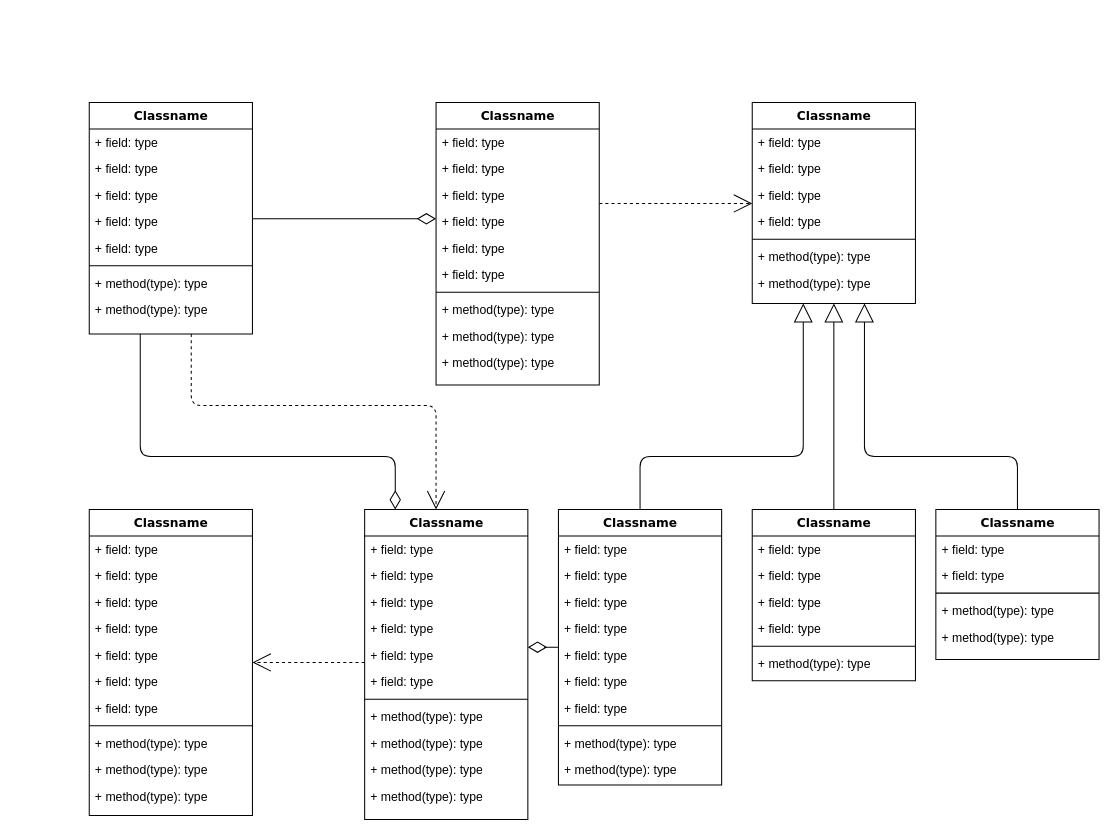
Before: page "AbstractClass" (1 of 3) of components.drawio in ymw321/ExcelApps, a draw.io diagram. Source tidied: cells renumbered, new cells numbered last; positions are measured from the earlier drawing's top-left corner, leaving out a move shared by most shapes. Both pictures are drawn from the tidied source at 102%, with x=0, y=0 at pixel (89, 102).
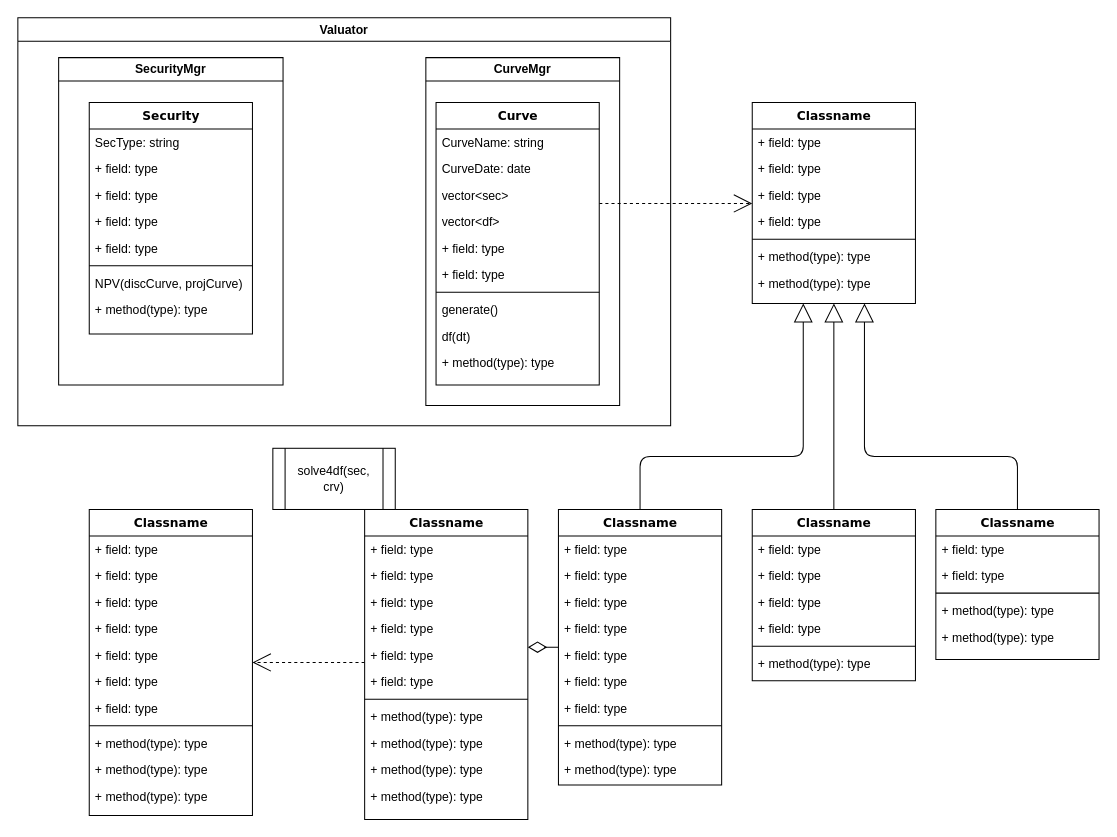
The same diagram, later.

The change refers to these unchanged cells:
```xml
<mxCell id="47" value="Classname" style="swimlane;html=1;fontStyle=1;align=center;verticalAlign=top;horizontal=1;startSize=26;swimlaneFillColor=#ffffff;rounded=0;shadow=0;comic=0;labelBackgroundColor=none;strokeWidth=1;fillColor=none;fontFamily=Verdana;fontSize=12;" parent="1" vertex="1">
  <mxGeometry x="270" y="399" width="160" height="304" as="geometry" />
</mxCell>
```

Diff of the diagram source:
```diff
@@
-    <mxCell id="2" style="edgeStyle=orthogonalEdgeStyle;html=1;labelBackgroundColor=none;startFill=0;startSize=8;endArrow=open;endFill=0;endSize=16;fontFamily=Verdana;fontSize=12;dashed=1;" parent="1" edge="1" source="4" target="47">
-      <mxGeometry relative="1" as="geometry">
-        <Array as="points">
-          <mxPoint x="100" y="297" />
-          <mxPoint x="340" y="297" />
-        </Array>
-      </mxGeometry>
-    </mxCell>
-    <mxCell id="3" style="edgeStyle=orthogonalEdgeStyle;html=1;labelBackgroundColor=none;startFill=0;startSize=8;endArrow=diamondThin;endFill=0;endSize=16;fontFamily=Verdana;fontSize=12;" parent="1" edge="1" source="4" target="47">
-      <mxGeometry relative="1" as="geometry">
-        <Array as="points">
-          <mxPoint x="50" y="347" />
-          <mxPoint x="300" y="347" />
-        </Array>
-      </mxGeometry>
-    </mxCell>
-    <mxCell id="4" value="Classname" style="swimlane;html=1;fontStyle=1;align=center;verticalAlign=top;horizontal=1;startSize=26;swimlaneFillColor=#ffffff;rounded=0;shadow=0;comic=0;labelBackgroundColor=none;strokeWidth=1;fillColor=none;fontFamily=Verdana;fontSize=12;" parent="1" vertex="1">
+    <mxCell id="4" value="Security&lt;div&gt;&lt;br&gt;&lt;/div&gt;" style="swimlane;html=1;fontStyle=1;align=center;verticalAlign=top;horizontal=1;startSize=26;swimlaneFillColor=#ffffff;rounded=0;shadow=0;comic=0;labelBackgroundColor=none;strokeWidth=1;fillColor=none;fontFamily=Verdana;fontSize=12;" parent="1" vertex="1">
       <mxGeometry width="160" height="227" as="geometry" />
     </mxCell>
-    <mxCell id="5" value="+ field: type" style="text;html=1;strokeColor=none;fillColor=none;align=left;verticalAlign=top;spacingLeft=4;spacingRight=4;whiteSpace=wrap;overflow=hidden;" parent="4" vertex="1">
+    <mxCell id="5" value="SecType: string&lt;div&gt;&lt;br&gt;&lt;/div&gt;" style="text;html=1;strokeColor=none;fillColor=none;align=left;verticalAlign=top;spacingLeft=4;spacingRight=4;whiteSpace=wrap;overflow=hidden;" parent="4" vertex="1">
       <mxGeometry y="26" width="160" height="26" as="geometry" />
     </mxCell>
@@
-    <mxCell id="11" value="+ method(type): type" style="text;html=1;strokeColor=none;fillColor=none;align=left;verticalAlign=top;spacingLeft=4;spacingRight=4;whiteSpace=wrap;overflow=hidden;" parent="4" vertex="1">
+    <mxCell id="11" value="NPV(discCurve, projCurve&lt;span style=&quot;background-color: initial;&quot;&gt;)&lt;/span&gt;" style="text;html=1;strokeColor=none;fillColor=none;align=left;verticalAlign=top;spacingLeft=4;spacingRight=4;whiteSpace=wrap;overflow=hidden;" parent="4" vertex="1">
       <mxGeometry y="164" width="160" height="26" as="geometry" />
     </mxCell>
@@
-    <mxCell id="14" value="Classname" style="swimlane;html=1;fontStyle=1;align=center;verticalAlign=top;horizontal=1;startSize=26;swimlaneFillColor=#ffffff;rounded=0;shadow=0;comic=0;labelBackgroundColor=none;strokeWidth=1;fillColor=none;fontFamily=Verdana;fontSize=12;" parent="1" vertex="1">
+    <mxCell id="14" value="Curve&lt;div&gt;&lt;br&gt;&lt;/div&gt;" style="swimlane;html=1;fontStyle=1;align=center;verticalAlign=top;horizontal=1;startSize=26;swimlaneFillColor=#ffffff;rounded=0;shadow=0;comic=0;labelBackgroundColor=none;strokeWidth=1;fillColor=none;fontFamily=Verdana;fontSize=12;" parent="1" vertex="1">
       <mxGeometry x="340" width="160" height="277" as="geometry" />
     </mxCell>
-    <mxCell id="15" value="+ field: type" style="text;html=1;strokeColor=none;fillColor=none;align=left;verticalAlign=top;spacingLeft=4;spacingRight=4;whiteSpace=wrap;overflow=hidden;" parent="14" vertex="1">
+    <mxCell id="15" value="CurveName: string&lt;div&gt;&lt;br&gt;&lt;/div&gt;" style="text;html=1;strokeColor=none;fillColor=none;align=left;verticalAlign=top;spacingLeft=4;spacingRight=4;whiteSpace=wrap;overflow=hidden;" parent="14" vertex="1">
       <mxGeometry y="26" width="160" height="26" as="geometry" />
     </mxCell>
-    <mxCell id="16" value="+ field: type" style="text;html=1;strokeColor=none;fillColor=none;align=left;verticalAlign=top;spacingLeft=4;spacingRight=4;whiteSpace=wrap;overflow=hidden;" parent="14" vertex="1">
+    <mxCell id="16" value="CurveDate: date&lt;div&gt;&lt;br&gt;&lt;/div&gt;" style="text;html=1;strokeColor=none;fillColor=none;align=left;verticalAlign=top;spacingLeft=4;spacingRight=4;whiteSpace=wrap;overflow=hidden;" parent="14" vertex="1">
       <mxGeometry y="52" width="160" height="26" as="geometry" />
     </mxCell>
-    <mxCell id="17" value="+ field: type" style="text;html=1;strokeColor=none;fillColor=none;align=left;verticalAlign=top;spacingLeft=4;spacingRight=4;whiteSpace=wrap;overflow=hidden;" parent="14" vertex="1">
+    <mxCell id="17" value="vector&amp;lt;sec&amp;gt;&lt;div&gt;&lt;br&gt;&lt;/div&gt;" style="text;html=1;strokeColor=none;fillColor=none;align=left;verticalAlign=top;spacingLeft=4;spacingRight=4;whiteSpace=wrap;overflow=hidden;" parent="14" vertex="1">
       <mxGeometry y="78" width="160" height="26" as="geometry" />
     </mxCell>
-    <mxCell id="18" value="+ field: type" style="text;html=1;strokeColor=none;fillColor=none;align=left;verticalAlign=top;spacingLeft=4;spacingRight=4;whiteSpace=wrap;overflow=hidden;" parent="14" vertex="1">
+    <mxCell id="18" value="vector&amp;lt;df&amp;gt;" style="text;html=1;strokeColor=none;fillColor=none;align=left;verticalAlign=top;spacingLeft=4;spacingRight=4;whiteSpace=wrap;overflow=hidden;" parent="14" vertex="1">
       <mxGeometry y="104" width="160" height="26" as="geometry" />
     </mxCell>
@@
-    <mxCell id="22" value="+ method(type): type" style="text;html=1;strokeColor=none;fillColor=none;align=left;verticalAlign=top;spacingLeft=4;spacingRight=4;whiteSpace=wrap;overflow=hidden;" parent="14" vertex="1">
+    <mxCell id="22" value="generate()&lt;div&gt;&lt;br&gt;&lt;/div&gt;" style="text;html=1;strokeColor=none;fillColor=none;align=left;verticalAlign=top;spacingLeft=4;spacingRight=4;whiteSpace=wrap;overflow=hidden;" parent="14" vertex="1">
       <mxGeometry y="190" width="160" height="26" as="geometry" />
     </mxCell>
-    <mxCell id="23" value="+ method(type): type" style="text;html=1;strokeColor=none;fillColor=none;align=left;verticalAlign=top;spacingLeft=4;spacingRight=4;whiteSpace=wrap;overflow=hidden;" parent="14" vertex="1">
+    <mxCell id="23" value="df(dt)" style="text;html=1;strokeColor=none;fillColor=none;align=left;verticalAlign=top;spacingLeft=4;spacingRight=4;whiteSpace=wrap;overflow=hidden;" parent="14" vertex="1">
       <mxGeometry y="216" width="160" height="26" as="geometry" />
     </mxCell>
@@
-    <mxCell id="86" style="edgeStyle=elbowEdgeStyle;html=1;labelBackgroundColor=none;startFill=0;startSize=8;endArrow=diamondThin;endFill=0;endSize=16;fontFamily=Verdana;fontSize=12;elbow=vertical;" parent="1" edge="1" source="4" target="14">
-      <mxGeometry relative="1" as="geometry" />
-    </mxCell>
+    <mxCell id="87" value="solve4df(sec, crv)" style="shape=process;whiteSpace=wrap;html=1;backgroundOutline=1;" parent="1" vertex="1">
+      <mxGeometry x="180" y="339" width="120" height="60" as="geometry" />
+    </mxCell>
+    <mxCell id="88" value="SecurityMgr" style="swimlane;whiteSpace=wrap;html=1;" parent="1" vertex="1">
+      <mxGeometry x="-30" y="-44" width="220" height="321" as="geometry" />
+    </mxCell>
+    <mxCell id="89" value="CurveMgr" style="swimlane;whiteSpace=wrap;html=1;" parent="1" vertex="1">
+      <mxGeometry x="330" y="-44" width="190" height="341" as="geometry" />
+    </mxCell>
+    <mxCell id="90" value="Valuator" style="swimlane;whiteSpace=wrap;html=1;" parent="1" vertex="1">
+      <mxGeometry x="-70" y="-83" width="640" height="400" as="geometry" />
+    </mxCell>
```
